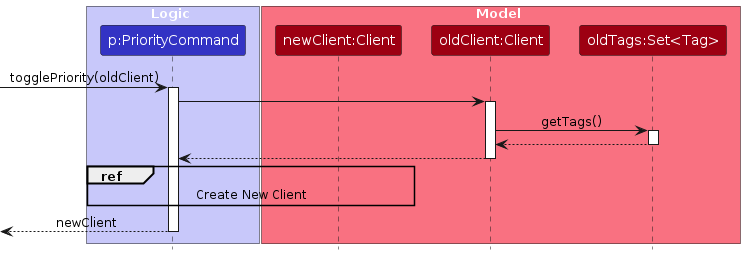
This is diagrams/TogglePrioritySequenceDiagram1.png from AY2425S2-CS2103T-W12-2/tp, a PlantUML export, as it was before one commit. Its source is kept beside it as diagrams/TogglePrioritySequenceDiagram1.puml.
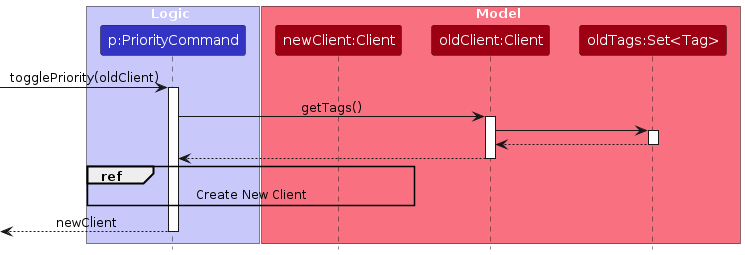
Later version of the same file.

Diff of the diagram source:
```diff
@@ -15,12 +15,12 @@
 [-> PriorityCommand : togglePriority(oldClient)
 activate PriorityCommand
 
-PriorityCommand -> oClient
+PriorityCommand -> oClient : getTags()
 activate oClient
-oClient -> oTags  : getTags()
-activate oTags
-oTags --> oClient
-deactivate oTags
+    oClient -> oTags
+    activate oTags
+    oTags --> oClient
+    deactivate oTags
 oClient --> PriorityCommand
 deactivate oClient
 
```
